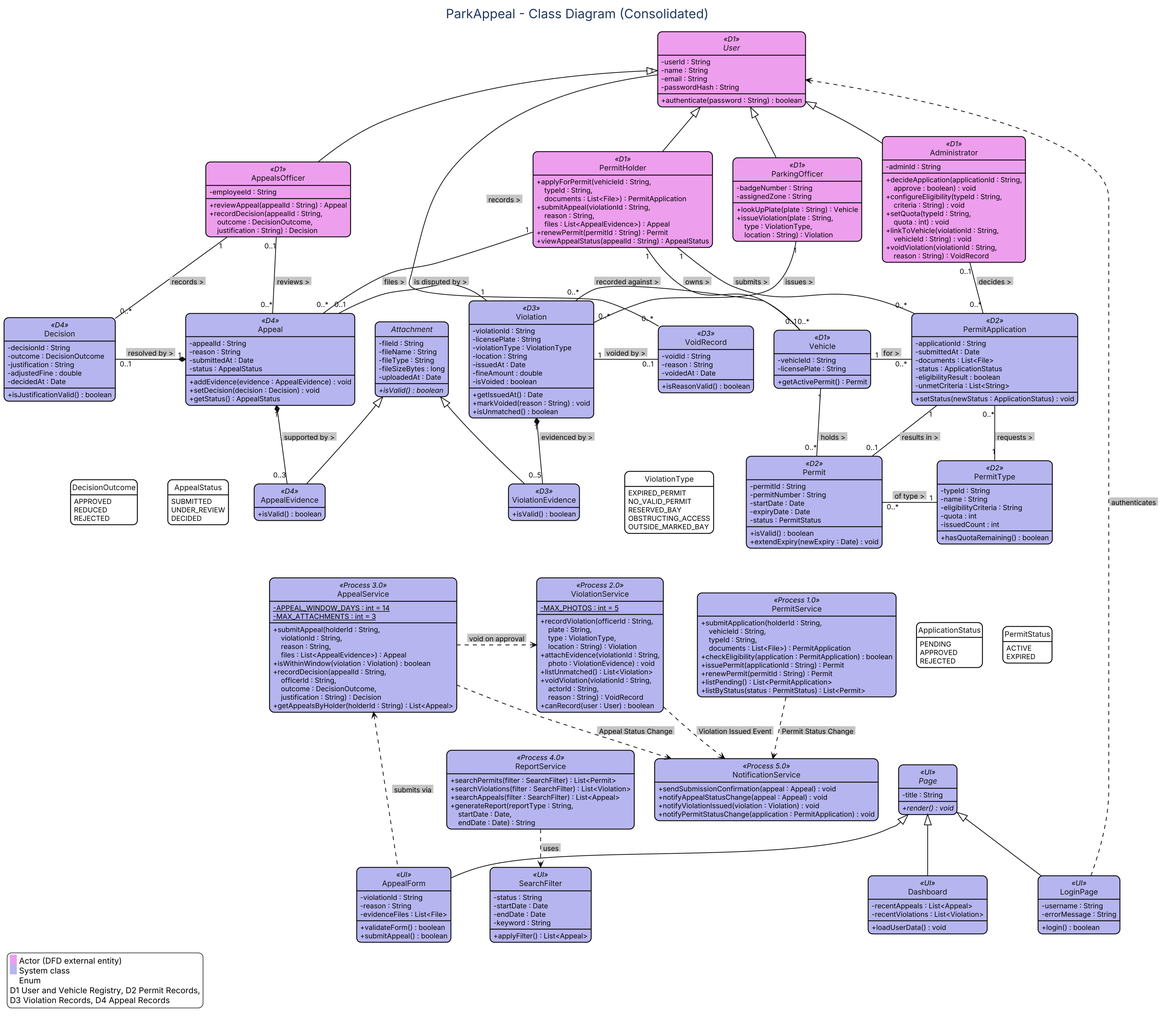
Earlier version of the PlantUML export Project/Object_Modeling/Class_Diagram.png (COE420-Team-6/ParkAppeal).
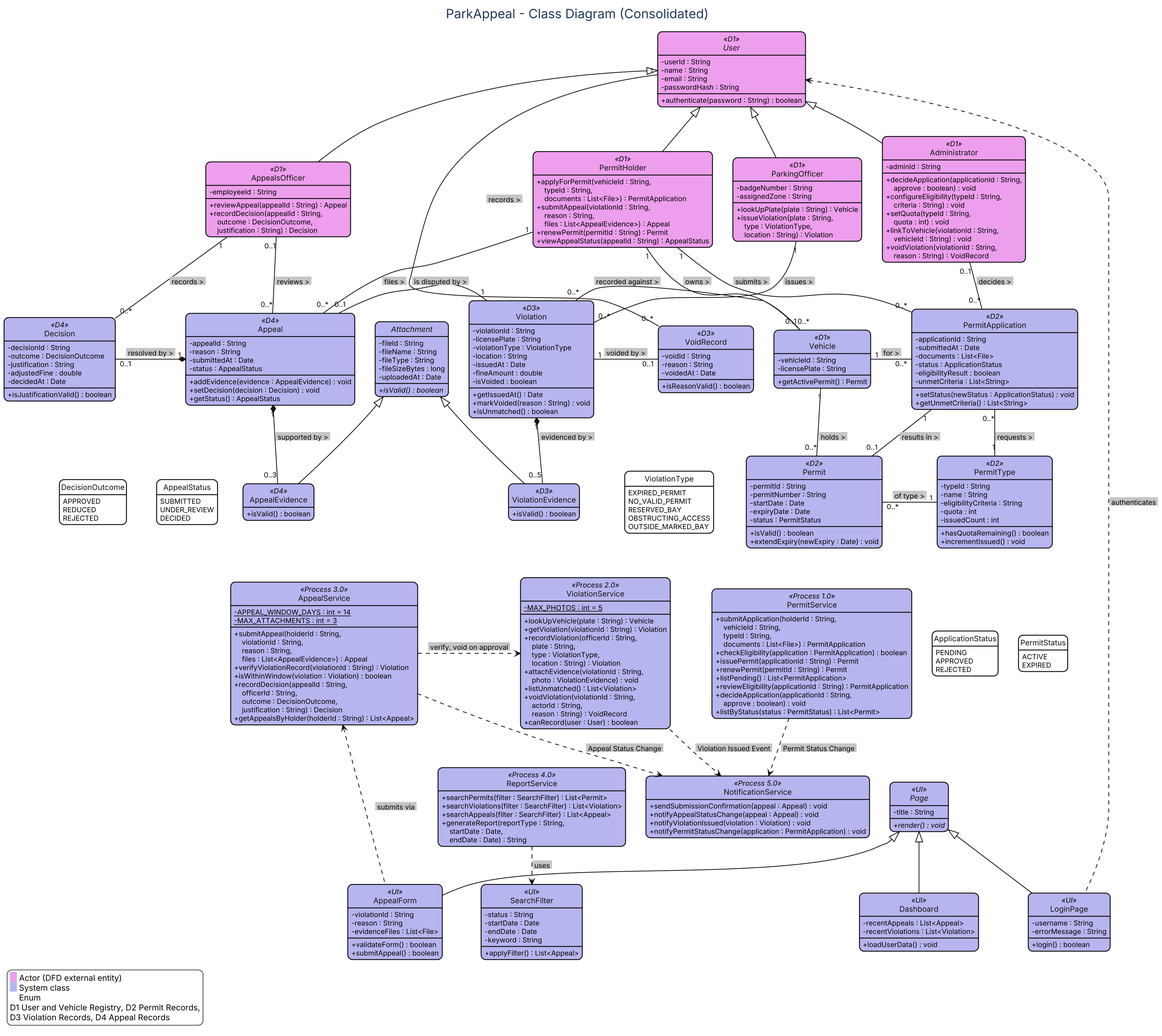
After the commit.

What changed in the source:
```diff
@@ -92,6 +92,7 @@
   - eligibilityResult : boolean
   - unmetCriteria : List<String>
   + setStatus(newStatus : ApplicationStatus) : void
+  + getUnmetCriteria() : List<String>
 }
 class PermitType <<D2>> {
   - typeId : String
@@ -100,6 +101,7 @@
   - quota : int
   - issuedCount : int
   + hasQuotaRemaining() : boolean
+  + incrementIssued() : void
 }
 class Permit <<D2>> {
   - permitId : String
@@ -119,6 +121,9 @@
   + issuePermit(applicationId : String) : Permit
   + renewPermit(permitId : String) : Permit
   + listPending() : List<PermitApplication>
+  + reviewEligibility(applicationId : String) : PermitApplication
+  + decideApplication(applicationId : String,
+  {method}    approve : boolean) : void
   + listByStatus(status : PermitStatus) : List<Permit>
 }
 enum ApplicationStatus #FFFFFF {
@@ -154,6 +159,8 @@
 }
 class ViolationService <<Process 2.0>> {
   - {static} MAX_PHOTOS : int = 5
+  + lookUpVehicle(plate : String) : Vehicle
+  + getViolation(violationId : String) : Violation
   + recordViolation(officerId : String,
   {method}    plate : String,
   {method}    type : ViolationType,
@@ -201,6 +208,7 @@
   {method}    violationId : String,
   {method}    reason : String,
   {method}    files : List<AppealEvidence>) : Appeal
+  + verifyViolationRecord(violationId : String) : Violation
   + isWithinWindow(violation : Violation) : boolean
   + recordDecision(appealId : String,
   {method}    officerId : String,
@@ -303,7 +311,7 @@
 Vehicle "1" -down- "0..*" Permit : <back:#C5C5C5> holds > </back>
 Permit "0..*" -right- "1" PermitType : <back:#C5C5C5> of type > </back>
 
-AppealService .right.> ViolationService : <back:#C5C5C5> void on approval </back>
+AppealService .right.> ViolationService : <back:#C5C5C5> verify, void on approval </back>
 AppealService .down.> NotificationService : <back:#C5C5C5> Appeal Status Change </back>
 ViolationService .down.> NotificationService : <back:#C5C5C5> Violation Issued Event </back>
 PermitService .down.> NotificationService : <back:#C5C5C5> Permit Status Change </back>
```
